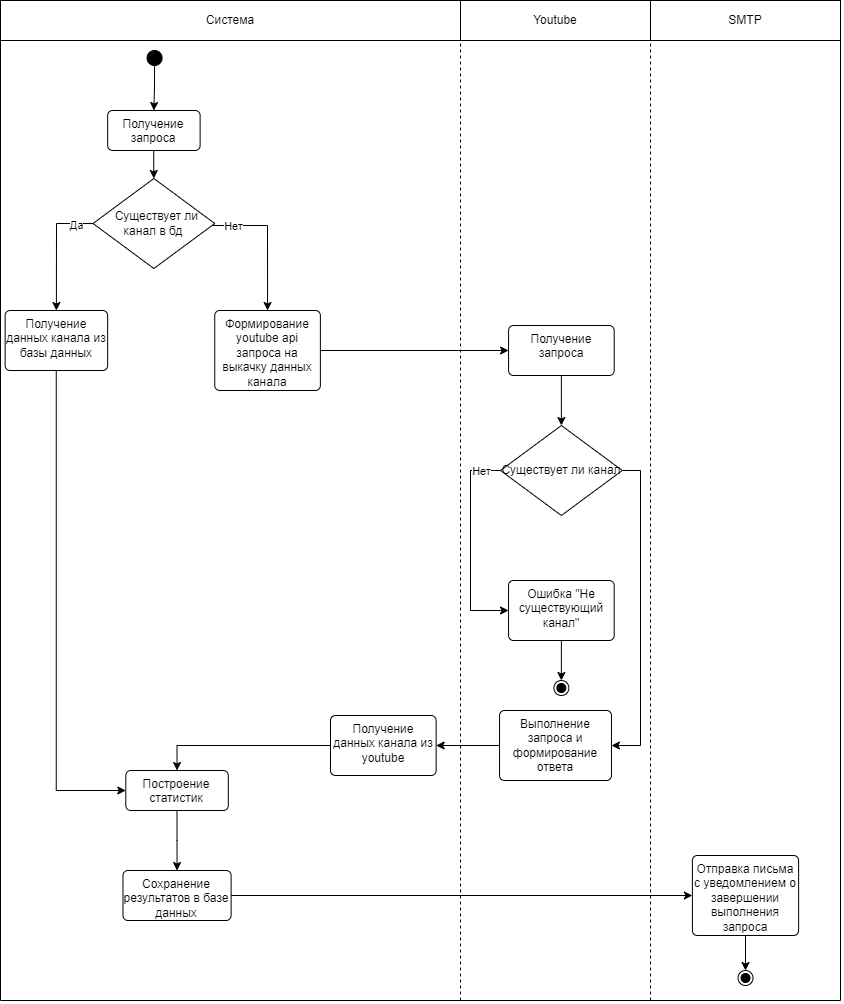
Earlier version of the draw.io export docs/images/functional_diagram4.png (Hembos/YoutubeAnalytics). Source tidied: cells renumbered, new cells last; positions are measured from the earlier drawing's top-left corner, leaving out a move shared by most shapes.
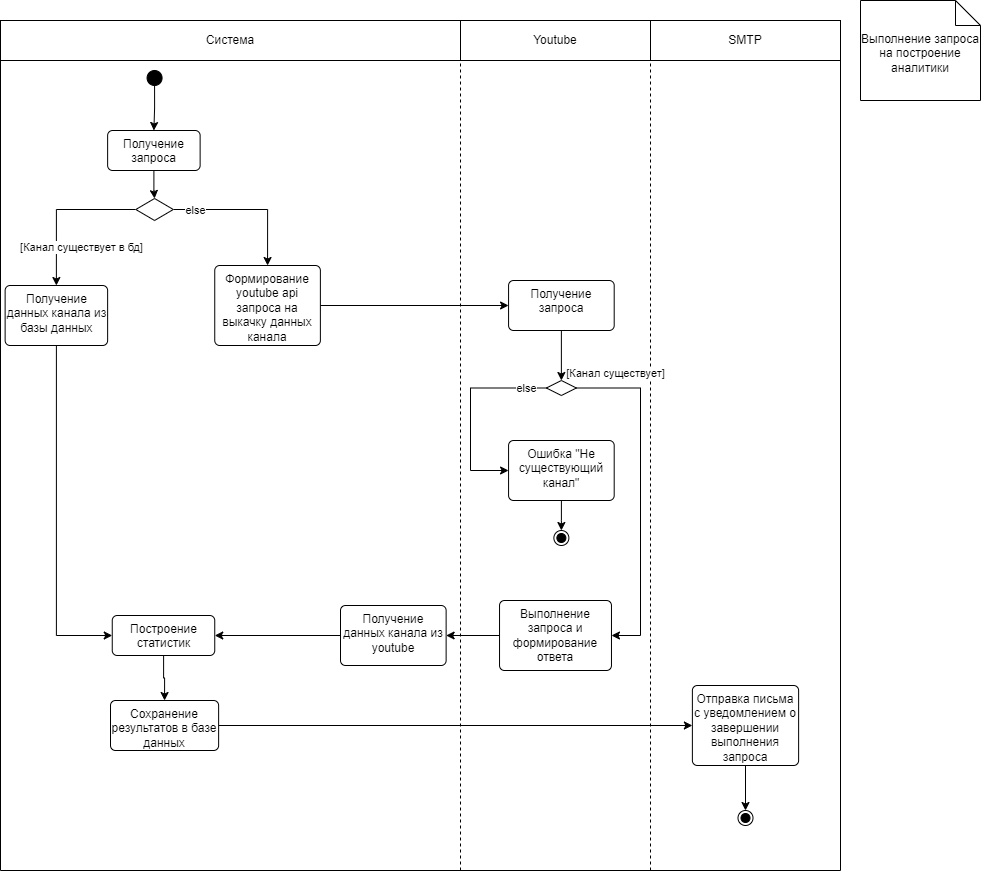
Above is the later version.

Change to the diagram source:
```diff
@@ -7,13 +7,13 @@
     </mxCell>
     <mxCell id="3" style="endArrow=none;html=1;rounded=0;" parent="1" edge="1">
       <mxGeometry relative="1" as="geometry">
-        <mxPoint y="1000" as="sourcePoint" />
+        <mxPoint y="850" as="sourcePoint" />
         <mxPoint y="40" as="targetPoint" />
       </mxGeometry>
     </mxCell>
     <mxCell id="4" style="endArrow=none;html=1;rounded=0;entryX=1;entryY=1;entryDx=0;entryDy=0;" parent="1" edge="1" target="36">
       <mxGeometry relative="1" as="geometry">
-        <mxPoint x="840" y="1000" as="sourcePoint" />
+        <mxPoint x="840" y="850" as="sourcePoint" />
       </mxGeometry>
     </mxCell>
     <mxCell id="5" style="edgeStyle=orthogonalEdgeStyle;rounded=0;jettySize=auto;html=1;entryX=0.5;entryY=0;entryDx=0;entryDy=0;" parent="1" edge="1" source="6" target="13">
@@ -26,65 +26,67 @@
       <mxGeometry relative="1" as="geometry" />
     </mxCell>
     <mxCell id="8" value="Формирование youtube api запроса на выкачку данных канала" style="html=1;align=center;verticalAlign=top;rounded=1;absoluteArcSize=1;arcSize=10;dashed=0;whiteSpace=wrap;" parent="1" vertex="1">
-      <mxGeometry x="214.2" y="310" width="105.6" height="80" as="geometry" />
+      <mxGeometry x="214.2" y="245" width="105.6" height="80" as="geometry" />
     </mxCell>
     <mxCell id="9" style="edgeStyle=orthogonalEdgeStyle;rounded=0;jettySize=auto;html=1;exitX=0;exitY=0.5;exitDx=0;exitDy=0;entryX=0.5;entryY=0;entryDx=0;entryDy=0;" parent="1" edge="1" source="13" target="17">
       <mxGeometry relative="1" as="geometry" />
     </mxCell>
-    <mxCell id="10" value="Да" style="edgeLabel;html=1;align=center;verticalAlign=middle;" parent="9" vertex="1">
-      <mxGeometry x="-0.71" y="1" relative="1" as="geometry" />
+    <mxCell id="10" value="[Канал существует в бд]" style="edgeLabel;html=1;align=center;verticalAlign=middle;" parent="9" vertex="1">
+      <mxGeometry x="-0.71" y="1" relative="1" as="geometry">
+        <mxPoint x="-33" y="36" as="offset" />
+      </mxGeometry>
     </mxCell>
     <mxCell id="11" style="edgeStyle=orthogonalEdgeStyle;rounded=0;jettySize=auto;html=1;entryX=0.5;entryY=0;entryDx=0;entryDy=0;" parent="1" edge="1" source="13" target="8">
       <mxGeometry relative="1" as="geometry">
         <Array as="points">
-          <mxPoint x="267" y="225" />
+          <mxPoint x="267" y="189" />
         </Array>
       </mxGeometry>
     </mxCell>
-    <mxCell id="12" value="Нет" style="edgeLabel;html=1;align=center;verticalAlign=middle;" parent="11" vertex="1">
+    <mxCell id="12" value="else" style="edgeLabel;html=1;align=center;verticalAlign=middle;" parent="11" vertex="1">
       <mxGeometry x="-0.71" relative="1" as="geometry" />
     </mxCell>
-    <mxCell id="13" value="&amp;nbsp; Существует ли канал в бд" style="rhombus;whiteSpace=wrap;html=1;" parent="1" vertex="1">
-      <mxGeometry x="92.5" y="178" width="121.8" height="90" as="geometry" />
+    <mxCell id="13" style="rhombus;whiteSpace=wrap;html=1;" parent="1" vertex="1">
+      <mxGeometry x="135.3" y="178" width="37.5" height="22" as="geometry" />
     </mxCell>
-    <mxCell id="14" style="edgeStyle=orthogonalEdgeStyle;rounded=0;jettySize=auto;html=1;entryX=0.5;entryY=0;entryDx=0;entryDy=0;" parent="1" edge="1" source="15" target="19">
+    <mxCell id="14" style="edgeStyle=orthogonalEdgeStyle;rounded=0;jettySize=auto;html=1;entryX=1;entryY=0.5;entryDx=0;entryDy=0;" parent="1" edge="1" source="15" target="19">
       <mxGeometry relative="1" as="geometry" />
     </mxCell>
     <mxCell id="15" value="Получение данных канала из youtube" style="html=1;align=center;verticalAlign=top;rounded=1;absoluteArcSize=1;arcSize=10;dashed=0;whiteSpace=wrap;" parent="1" vertex="1">
-      <mxGeometry x="330" y="715" width="105.6" height="60" as="geometry" />
+      <mxGeometry x="340" y="585" width="105.6" height="60" as="geometry" />
     </mxCell>
     <mxCell id="16" style="edgeStyle=orthogonalEdgeStyle;rounded=0;jettySize=auto;html=1;entryX=0;entryY=0.5;entryDx=0;entryDy=0;" parent="1" edge="1" source="17" target="19">
       <mxGeometry relative="1" as="geometry">
         <Array as="points">
-          <mxPoint x="56" y="790" />
+          <mxPoint x="56" y="615" />
         </Array>
       </mxGeometry>
     </mxCell>
     <mxCell id="17" value="Получение данных канала из базы данных" style="html=1;align=center;verticalAlign=top;rounded=1;absoluteArcSize=1;arcSize=10;dashed=0;whiteSpace=wrap;" parent="1" vertex="1">
-      <mxGeometry x="4.6" y="310" width="102.5" height="60" as="geometry" />
+      <mxGeometry x="4.6" y="265" width="102.5" height="60" as="geometry" />
     </mxCell>
     <mxCell id="18" style="edgeStyle=orthogonalEdgeStyle;rounded=0;jettySize=auto;html=1;entryX=0.5;entryY=0;entryDx=0;entryDy=0;" parent="1" edge="1" source="19" target="23">
       <mxGeometry relative="1" as="geometry" />
     </mxCell>
     <mxCell id="19" value="Построение статистик" style="html=1;align=center;verticalAlign=top;rounded=1;absoluteArcSize=1;arcSize=10;dashed=0;whiteSpace=wrap;" parent="1" vertex="1">
-      <mxGeometry x="125.3" y="770" width="102.5" height="40" as="geometry" />
+      <mxGeometry x="111.8" y="595" width="102.5" height="40" as="geometry" />
     </mxCell>
     <mxCell id="20" style="edgeStyle=orthogonalEdgeStyle;rounded=0;jettySize=auto;html=1;" parent="1" edge="1" source="21" target="38">
       <mxGeometry relative="1" as="geometry" />
     </mxCell>
     <mxCell id="21" value="Отправка письма с уведомлением о завершении выполнения запроса" style="html=1;align=center;verticalAlign=top;rounded=1;absoluteArcSize=1;arcSize=10;dashed=0;whiteSpace=wrap;" parent="1" vertex="1">
-      <mxGeometry x="691.9" y="855" width="106.2" height="80" as="geometry" />
+      <mxGeometry x="691.9" y="665" width="106.2" height="80" as="geometry" />
     </mxCell>
     <mxCell id="22" style="edgeStyle=orthogonalEdgeStyle;rounded=0;jettySize=auto;html=1;" parent="1" edge="1" source="23" target="21">
       <mxGeometry relative="1" as="geometry" />
     </mxCell>
     <mxCell id="23" value="Сохранение результатов в базе данных" style="html=1;align=center;verticalAlign=top;rounded=1;absoluteArcSize=1;arcSize=10;dashed=0;whiteSpace=wrap;" parent="1" vertex="1">
-      <mxGeometry x="122.5" y="870" width="108.1" height="50" as="geometry" />
+      <mxGeometry x="110" y="680" width="108.1" height="50" as="geometry" />
     </mxCell>
     <mxCell id="24" style="endArrow=none;html=1;rounded=0;" parent="1" edge="1">
       <mxGeometry relative="1" as="geometry">
-        <mxPoint y="1000" as="sourcePoint" />
-        <mxPoint x="840" y="1000" as="targetPoint" />
+        <mxPoint y="850" as="sourcePoint" />
+        <mxPoint x="840" y="850" as="targetPoint" />
       </mxGeometry>
     </mxCell>
     <mxCell id="25" value="Youtube" style="whiteSpace=wrap;html=1;align=center;" parent="1" vertex="1">
@@ -92,58 +94,63 @@
     </mxCell>
     <mxCell id="26" style="endArrow=none;dashed=1;html=1;rounded=0;entryX=1;entryY=1;entryDx=0;entryDy=0;" parent="1" edge="1" target="25">
       <mxGeometry relative="1" as="geometry">
-        <mxPoint x="650" y="1000" as="sourcePoint" />
+        <mxPoint x="650" y="850" as="sourcePoint" />
       </mxGeometry>
     </mxCell>
     <mxCell id="27" style="edgeStyle=orthogonalEdgeStyle;rounded=0;jettySize=auto;html=1;entryX=0;entryY=0.5;entryDx=0;entryDy=0;" parent="1" edge="1" source="30" target="32">
       <mxGeometry relative="1" as="geometry">
         <Array as="points">
-          <mxPoint x="470" y="470" />
-          <mxPoint x="470" y="610" />
+          <mxPoint x="470" y="368" />
+          <mxPoint x="470" y="450" />
         </Array>
       </mxGeometry>
     </mxCell>
-    <mxCell id="28" value="Нет" style="edgeLabel;html=1;align=center;verticalAlign=middle;" parent="27" vertex="1">
+    <mxCell id="28" value="else" style="edgeLabel;html=1;align=center;verticalAlign=middle;" parent="27" vertex="1">
       <mxGeometry x="-0.88" y="1" relative="1" as="geometry">
         <mxPoint x="-8" y="-1" as="offset" />
       </mxGeometry>
     </mxCell>
-    <mxCell id="29" style="edgeStyle=orthogonalEdgeStyle;rounded=0;jettySize=auto;html=1;entryX=1;entryY=0.5;entryDx=0;entryDy=0;" parent="1" edge="1" source="30" target="34">
+    <mxCell id="29" style="edgeStyle=orthogonalEdgeStyle;rounded=0;jettySize=auto;html=1;entryX=1;entryY=0.5;entryDx=0;entryDy=0;exitX=1;exitY=0.5;exitDx=0;exitDy=0;" parent="1" edge="1" source="30" target="34">
       <mxGeometry relative="1" as="geometry">
         <Array as="points">
-          <mxPoint x="640" y="470" />
-          <mxPoint x="640" y="745" />
+          <mxPoint x="640" y="368" />
+          <mxPoint x="640" y="615" />
         </Array>
       </mxGeometry>
     </mxCell>
+    <mxCell id="43" value="[Канал существует]" style="edgeLabel;html=1;align=center;verticalAlign=middle;" parent="29" vertex="1">
+      <mxGeometry x="-0.41" y="-2" relative="1" as="geometry">
+        <mxPoint x="-24" y="-51" as="offset" />
+      </mxGeometry>
+    </mxCell>
-    <mxCell id="30" value="Существует ли канал" style="rhombus;whiteSpace=wrap;html=1;" parent="1" vertex="1">
-      <mxGeometry x="500" y="425" width="121.8" height="90" as="geometry" />
+    <mxCell id="30" style="rhombus;whiteSpace=wrap;html=1;" parent="1" vertex="1">
+      <mxGeometry x="545.9" y="360" width="30" height="15" as="geometry" />
     </mxCell>
     <mxCell id="31" style="edgeStyle=orthogonalEdgeStyle;rounded=0;jettySize=auto;html=1;entryX=0.5;entryY=0;entryDx=0;entryDy=0;" parent="1" edge="1" source="32" target="35">
       <mxGeometry relative="1" as="geometry" />
     </mxCell>
     <mxCell id="32" value="Ошибка &quot;Не существующий канал&quot;" style="html=1;align=center;verticalAlign=top;rounded=1;absoluteArcSize=1;arcSize=10;dashed=0;whiteSpace=wrap;" parent="1" vertex="1">
-      <mxGeometry x="508.1" y="580" width="105.6" height="60" as="geometry" />
+      <mxGeometry x="508.1" y="420" width="105.6" height="60" as="geometry" />
     </mxCell>
     <mxCell id="33" style="edgeStyle=orthogonalEdgeStyle;rounded=0;jettySize=auto;html=1;" parent="1" edge="1" source="34" target="15">
       <mxGeometry relative="1" as="geometry" />
     </mxCell>
     <mxCell id="34" value="Выполнение запроса и формирование ответа" style="html=1;align=center;verticalAlign=top;rounded=1;absoluteArcSize=1;arcSize=10;dashed=0;whiteSpace=wrap;" parent="1" vertex="1">
-      <mxGeometry x="499" y="710" width="111.9" height="70" as="geometry" />
+      <mxGeometry x="499" y="580" width="111.9" height="70" as="geometry" />
     </mxCell>
     <mxCell id="35" style="ellipse;html=1;shape=endState;fillColor=strokeColor;" parent="1" vertex="1">
-      <mxGeometry x="553.4" y="680" width="15" height="15" as="geometry" />
+      <mxGeometry x="553.4" y="510" width="15" height="15" as="geometry" />
     </mxCell>
     <mxCell id="36" value="SMTP" style="whiteSpace=wrap;html=1;align=center;" parent="1" vertex="1">
       <mxGeometry x="650" width="190" height="40" as="geometry" />
     </mxCell>
     <mxCell id="37" style="endArrow=none;dashed=1;html=1;rounded=0;entryX=0;entryY=1;entryDx=0;entryDy=0;" parent="1" edge="1" target="25">
       <mxGeometry relative="1" as="geometry">
-        <mxPoint x="460" y="1000" as="sourcePoint" />
+        <mxPoint x="460" y="850" as="sourcePoint" />
       </mxGeometry>
     </mxCell>
     <mxCell id="38" style="ellipse;html=1;shape=endState;fillColor=strokeColor;" parent="1" vertex="1">
-      <mxGeometry x="737.5" y="970" width="15" height="15" as="geometry" />
+      <mxGeometry x="737.5" y="790" width="15" height="15" as="geometry" />
     </mxCell>
     <mxCell id="39" style="edgeStyle=orthogonalEdgeStyle;rounded=0;jettySize=auto;html=1;entryX=0.5;entryY=0;entryDx=0;entryDy=0;" parent="1" edge="1" source="40" target="6">
       <mxGeometry relative="1" as="geometry" />
@@ -155,7 +162,10 @@
       <mxGeometry relative="1" as="geometry" />
     </mxCell>
     <mxCell id="42" value="Получение запроса" style="html=1;align=center;verticalAlign=top;rounded=1;absoluteArcSize=1;arcSize=10;dashed=0;whiteSpace=wrap;" parent="1" vertex="1">
-      <mxGeometry x="508.1" y="325" width="105.6" height="50" as="geometry" />
+      <mxGeometry x="508.1" y="260" width="105.6" height="50" as="geometry" />
     </mxCell>
+    <mxCell id="44" value="Выполнение запроса на построение аналитики" style="shape=note2;boundedLbl=1;whiteSpace=wrap;html=1;size=25;verticalAlign=top;align=center;" parent="1" vertex="1">
+      <mxGeometry x="860" y="-20" width="120" height="100" as="geometry" />
+    </mxCell>
   </root>
 </mxGraphModel>
```
